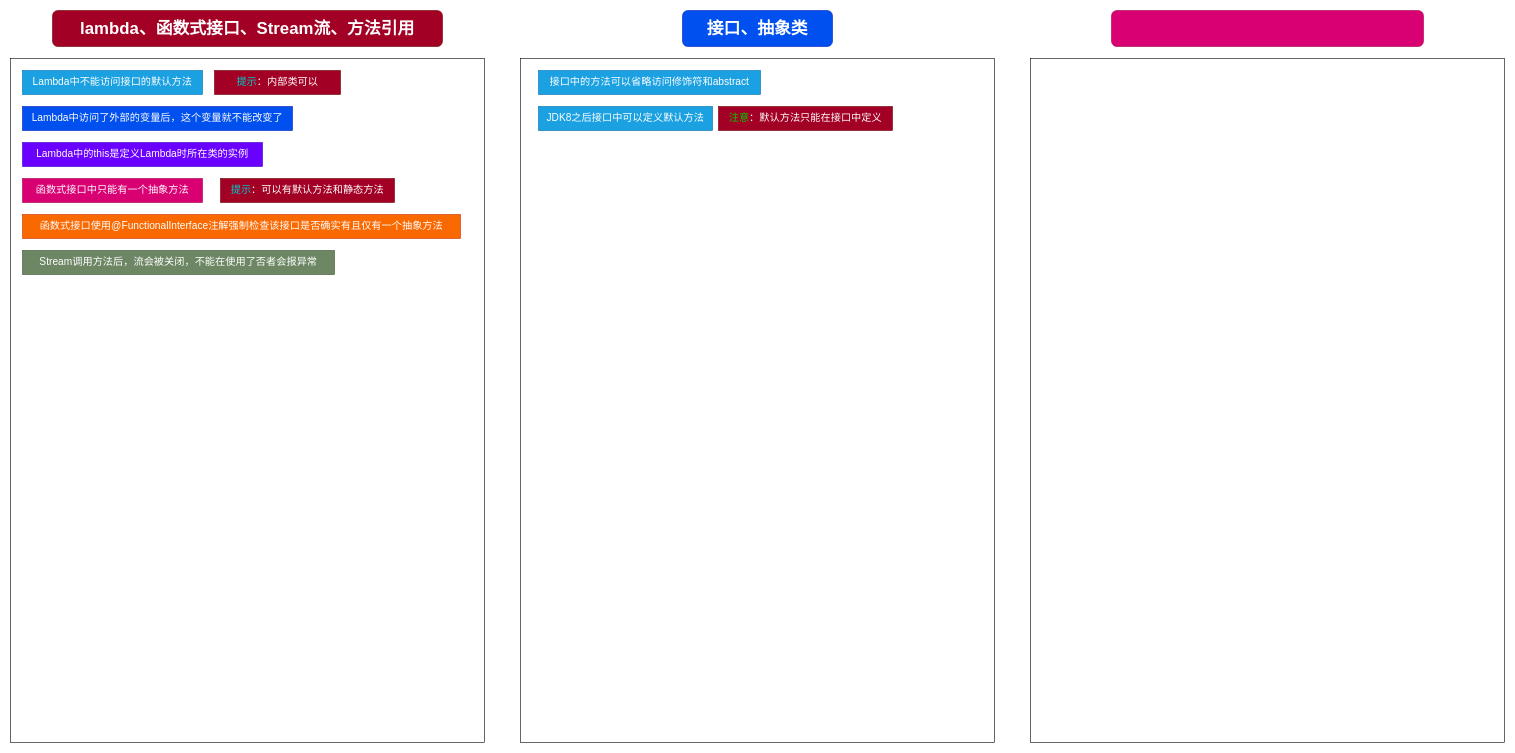
Before: java知识点.drawio in Eudora-Bessie/AutoApiSR, a draw.io diagram. Source tidied: cells renumbered, new cells numbered last; positions are measured from the earlier drawing's top-left corner, leaving out a move shared by most shapes. Both pictures are drawn from the tidied source at 60%, with x=0, y=0 at pixel (10, 10).
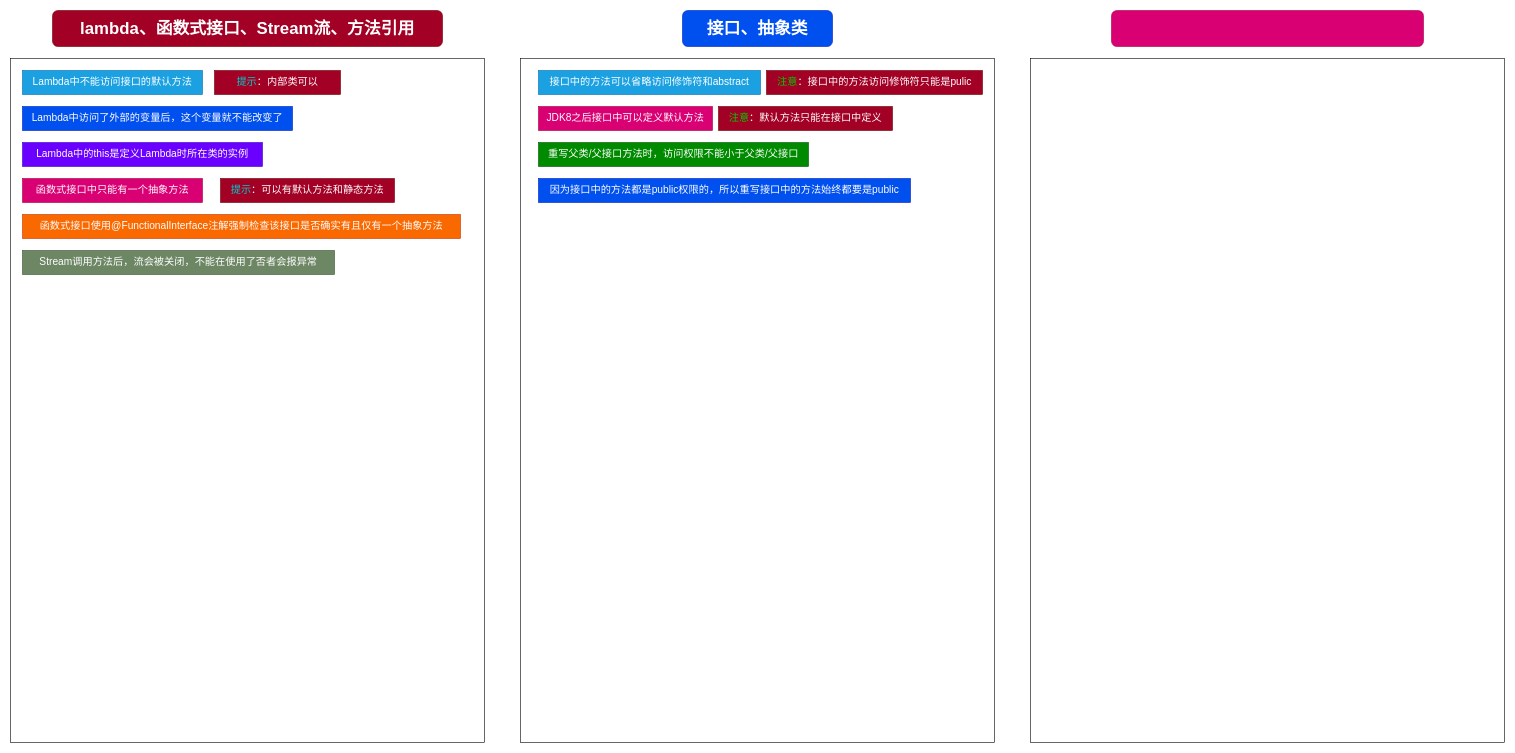
The same diagram, later.

Commit message:
更新java知识点.drawio

The edit, as a diff of the source:
```diff
@@
-    <mxCell id="10" value="JDK8之后接口中可以定义默认方法" style="text;html=1;strokeColor=#006EAF;fillColor=#1ba1e2;align=center;verticalAlign=middle;whiteSpace=wrap;rounded=0;fontSize=17;fontColor=#ffffff;fontFamily=Helvetica;" parent="1" vertex="1">
+    <mxCell id="10" value="JDK8之后接口中可以定义默认方法" style="text;html=1;strokeColor=#A50040;fillColor=#d80073;align=center;verticalAlign=middle;whiteSpace=wrap;rounded=0;fontSize=17;fontColor=#ffffff;fontFamily=Helvetica;" parent="1" vertex="1">
       <mxGeometry x="880" y="160" width="290" height="40" as="geometry" />
     </mxCell>
@@
+    <mxCell id="19" value="重写父类/父接口方法时，访问权限不能小于父类/父接口" style="text;html=1;strokeColor=#005700;fillColor=#008a00;align=center;verticalAlign=middle;whiteSpace=wrap;rounded=0;fontSize=17;fontColor=#ffffff;fontFamily=Helvetica;" parent="1" vertex="1">
+      <mxGeometry x="880" y="220" width="450" height="40" as="geometry" />
+    </mxCell>
+    <mxCell id="20" value="因为接口中的方法都是public权限的，所以重写接口中的方法始终都要是public" style="text;html=1;strokeColor=#001DBC;fillColor=#0050ef;align=center;verticalAlign=middle;whiteSpace=wrap;rounded=0;fontSize=17;fontColor=#ffffff;fontFamily=Helvetica;" parent="1" vertex="1">
+      <mxGeometry x="880" y="280" width="620" height="40" as="geometry" />
+    </mxCell>
+    <mxCell id="21" value="&lt;font color=&quot;#00cc00&quot; style=&quot;font-size: 17px&quot;&gt;注意&lt;/font&gt;：接口中的方法访问修饰符只能是pulic" style="text;html=1;strokeColor=#6F0000;fillColor=#a20025;align=center;verticalAlign=middle;whiteSpace=wrap;rounded=0;fontSize=17;fontColor=#ffffff;fontFamily=Helvetica;" parent="1" vertex="1">
+      <mxGeometry x="1260" y="100" width="360" height="40" as="geometry" />
+    </mxCell>
```
